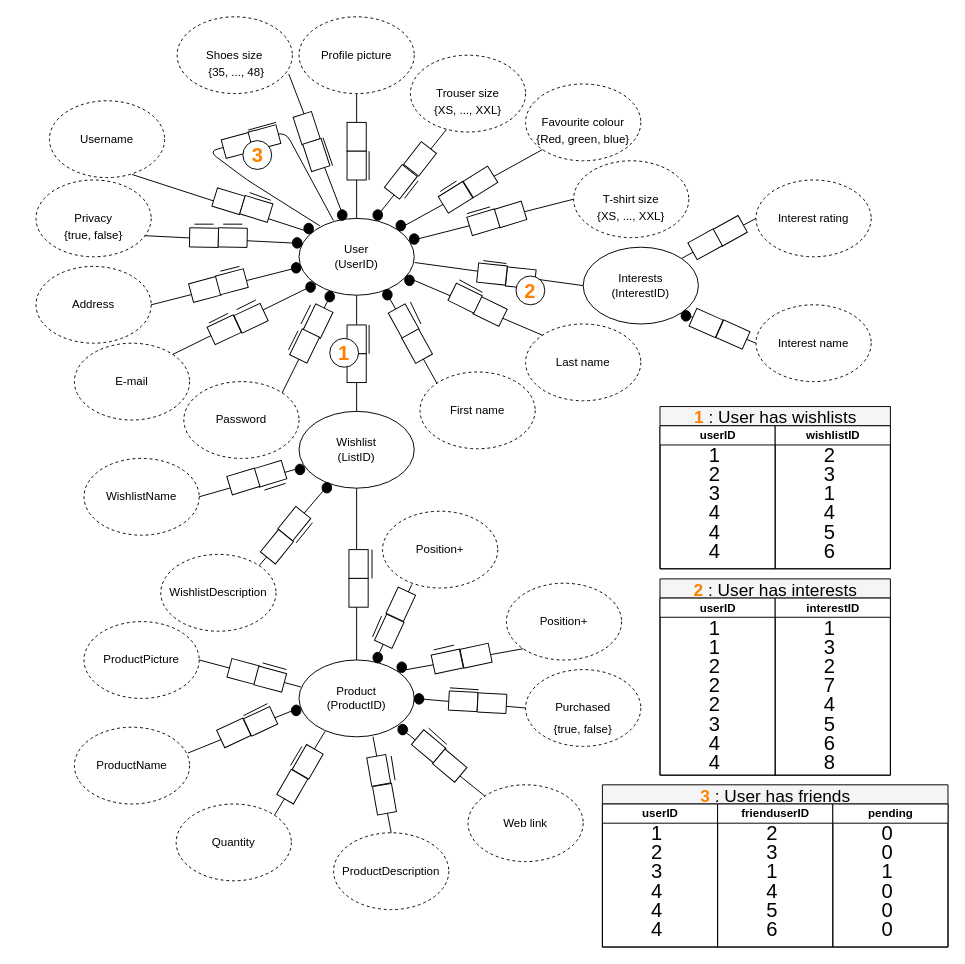
The draw.io diagram Diagrammes/ORM.drawio in NNepper/LSINF1225-2020-GroupeL1.1-WishList, before the edit. Source tidied: cells renumbered, new cells numbered last; positions are measured from the earlier drawing's top-left corner, leaving out a move shared by most shapes. Both pictures are drawn from the tidied source at 96%, with x=0, y=0 at pixel (16, 16).
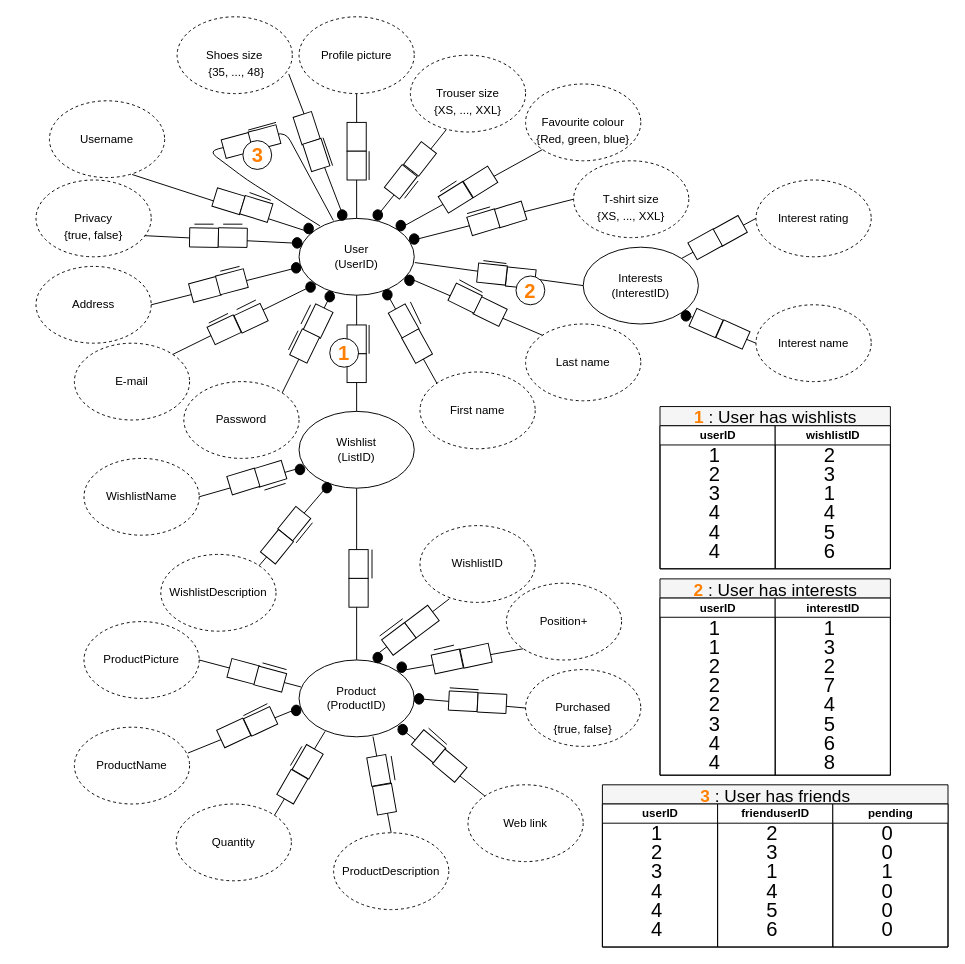
After the change.

Commit message (it also covers changes not shown here):
Correction pour le nom de la bulle WLID

What changed in the source:
```diff
@@
-    <mxCell id="247" value="Position+" style="ellipse;whiteSpace=wrap;html=1;dashed=1;" parent="1" vertex="1">
-      <mxGeometry x="381" y="515" width="120" height="80" as="geometry" />
+    <mxCell id="247" value="WishlistID" style="ellipse;whiteSpace=wrap;html=1;dashed=1;" parent="1" vertex="1">
+      <mxGeometry x="420" y="530" width="120" height="80" as="geometry" />
     </mxCell>
@@
-    <mxCell id="256" style="group;rotation=-65;" parent="1" vertex="1">
-      <mxGeometry x="364" y="616" width="60" height="20" as="geometry" />
-    </mxCell>
-    <mxCell id="257" style="rounded=0;whiteSpace=wrap;html=1;rotation=-65;" parent="256" vertex="1">
-      <mxGeometry x="9" y="14" width="30" height="20" as="geometry" />
-    </mxCell>
-    <mxCell id="258" style="rounded=0;whiteSpace=wrap;html=1;rotation=-65;" parent="256" vertex="1">
-      <mxGeometry x="21" y="-14" width="30" height="20" as="geometry" />
-    </mxCell>
-    <mxCell id="259" style="endArrow=none;html=1;" parent="1" edge="1">
-      <mxGeometry relative="1" as="geometry">
-        <mxPoint x="380" y="624" as="sourcePoint" />
-        <mxPoint x="370.6" y="646" as="targetPoint" />
-      </mxGeometry>
-    </mxCell>
+    <mxCell id="260" style="group;rotation=-127;" parent="1" vertex="1">
+      <mxGeometry x="397" y="607" width="24" height="60" as="geometry" />
+    </mxCell>
+    <mxCell id="261" style="group;rotation=-37;" parent="260" vertex="1">
+      <mxGeometry x="-17" y="22" width="60" height="20" as="geometry" />
+    </mxCell>
+    <mxCell id="262" style="rounded=0;whiteSpace=wrap;html=1;rotation=-37;" parent="261" vertex="1">
+      <mxGeometry x="3" y="9" width="30" height="20" as="geometry" />
+    </mxCell>
+    <mxCell id="263" style="rounded=0;whiteSpace=wrap;html=1;rotation=-37;" parent="261" vertex="1">
+      <mxGeometry x="27" y="-9" width="30" height="20" as="geometry" />
+    </mxCell>
+    <mxCell id="264" style="endArrow=none;html=1;" parent="260" edge="1">
+      <mxGeometry relative="1" as="geometry">
+        <mxPoint x="-19" y="38" as="sourcePoint" />
+        <mxPoint x="5" y="20" as="targetPoint" />
+      </mxGeometry>
+    </mxCell>
```
